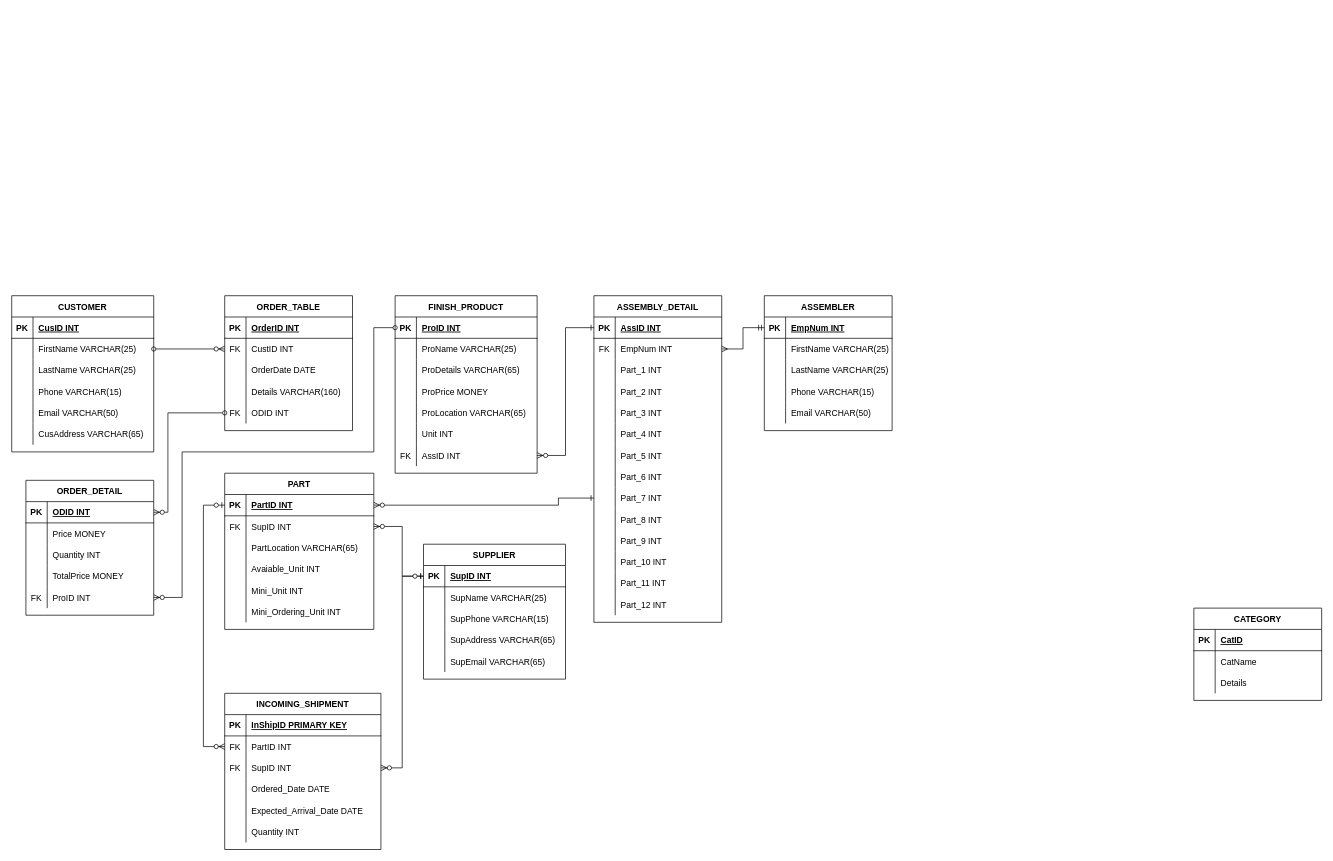
Earlier version of the draw.io diagram Copy of myAssignment1.drawio (trannthany/IT703_Database_FrontEnd). Source tidied: cells renumbered, new cells numbered last; positions are measured from the earlier drawing's top-left corner, leaving out a move shared by most shapes. Both pictures are drawn from the tidied source at 71%, with x=0, y=0 at pixel (11, 295).
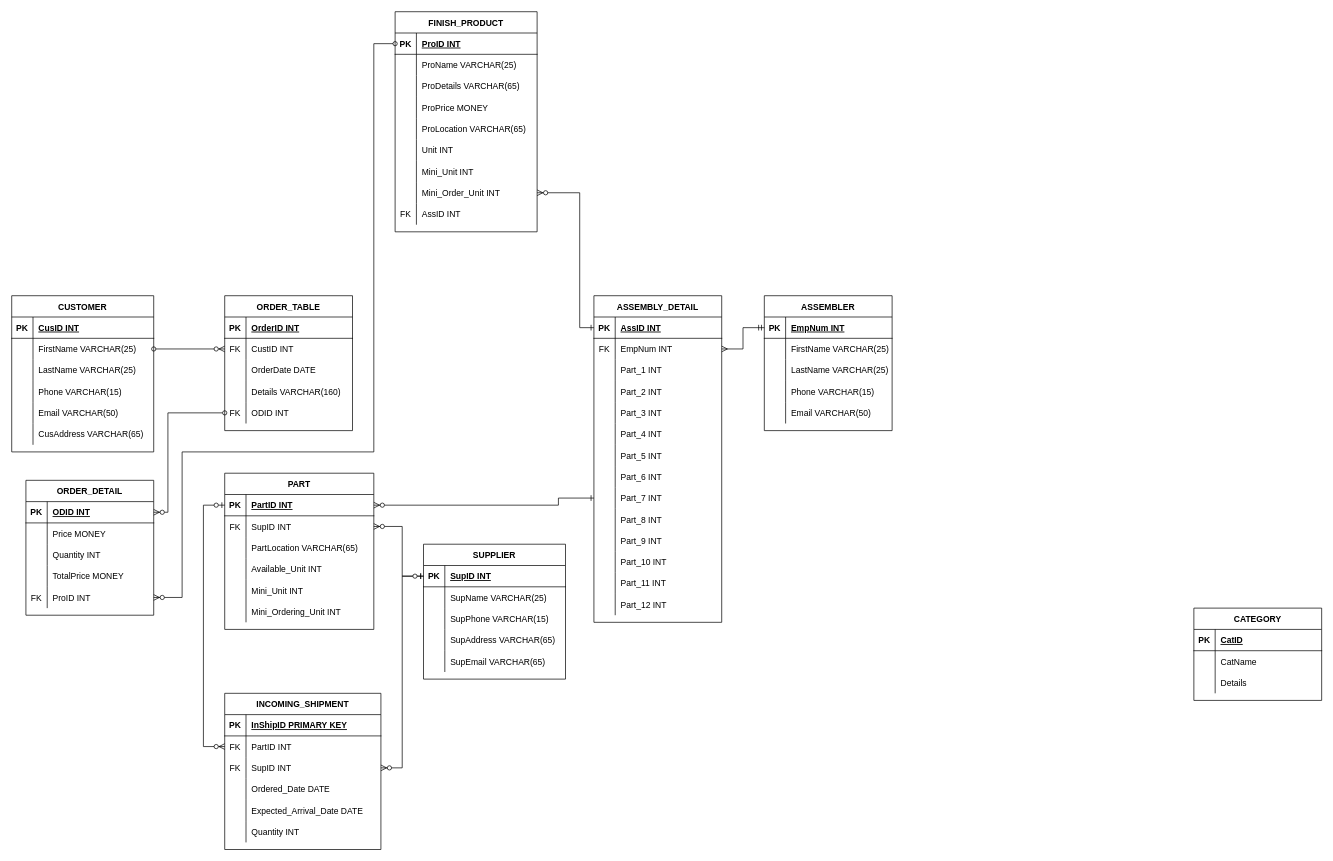
After the change.

The change refers to these unchanged cells:
```xml
<mxCell id="47" style="shape=partialRectangle;fillColor=none;top=0;left=0;bottom=0;right=0;" parent="37" vertex="1">
  <mxGeometry y="120" width="210" height="30" as="geometry" />
</mxCell>
<mxCell id="96" style="shape=partialRectangle;fillColor=none;top=0;left=0;bottom=0;right=0;points=[[0,0.5],[1,0.5]];portConstraint=eastwest;" parent="83" vertex="1">
  <mxGeometry y="150" width="180" height="30" as="geometry" />
</mxCell>
<mxCell id="100" style="shape=partialRectangle;fillColor=none;top=0;left=0;bottom=1;right=0;points=[[0,0.5],[1,0.5]];portConstraint=eastwest;" parent="99" vertex="1">
  <mxGeometry y="30" width="180" height="30" as="geometry" />
</mxCell>
<mxCell id="163" style="shape=partialRectangle;fillColor=none;top=0;left=0;bottom=1;right=0;points=[[0,0.5],[1,0.5]];portConstraint=eastwest;" parent="162" vertex="1">
  <mxGeometry y="30" width="200" height="30" as="geometry" />
</mxCell>
```

Diff of the diagram source:
```diff
@@
-    <mxCell id="49" value="Avaiable_Unit INT" style="shape=partialRectangle;fillColor=none;top=0;left=0;bottom=0;right=0;align=left;spacingLeft=6;overflow=hidden;" parent="47" vertex="1">
+    <mxCell id="49" value="Available_Unit INT" style="shape=partialRectangle;fillColor=none;top=0;left=0;bottom=0;right=0;align=left;spacingLeft=6;overflow=hidden;" parent="47" vertex="1">
       <mxGeometry x="30" width="180" height="30" as="geometry" />
     </mxCell>
@@
     <mxCell id="162" value="FINISH_PRODUCT" style="shape=table;startSize=30;childLayout=tableLayout;rowLines=0;fontStyle=1;align=center;" parent="1" vertex="1">
-      <mxGeometry x="540" width="200" height="250" as="geometry" />
+      <mxGeometry x="540" y="-400" width="200" height="310" as="geometry" />
     </mxCell>
@@
+    <mxCell id="207" style="shape=partialRectangle;fillColor=none;top=0;left=0;bottom=0;right=0;" parent="162" vertex="1">
+      <mxGeometry y="210" width="200" height="30" as="geometry" />
+    </mxCell>
+    <mxCell id="208" style="shape=partialRectangle;fillColor=none;top=0;left=0;bottom=0;right=0;overflow=hidden;" parent="207" vertex="1">
+      <mxGeometry width="30" height="30" as="geometry" />
+    </mxCell>
+    <mxCell id="209" value="Mini_Unit INT" style="shape=partialRectangle;fillColor=none;top=0;left=0;bottom=0;right=0;align=left;spacingLeft=6;overflow=hidden;" parent="207" vertex="1">
+      <mxGeometry x="30" width="170" height="30" as="geometry" />
+    </mxCell>
     <mxCell id="181" style="shape=partialRectangle;fillColor=none;top=0;left=0;bottom=0;right=0;points=[[0,0.5],[1,0.5]];portConstraint=eastwest;" parent="162" vertex="1">
-      <mxGeometry y="210" width="200" height="30" as="geometry" />
+      <mxGeometry y="240" width="200" height="30" as="geometry" />
     </mxCell>
-    <mxCell id="182" value="FK" style="shape=partialRectangle;fillColor=none;top=0;left=0;bottom=0;right=0;overflow=hidden;" parent="181" vertex="1">
+    <mxCell id="182" style="shape=partialRectangle;fillColor=none;top=0;left=0;bottom=0;right=0;overflow=hidden;" parent="181" vertex="1">
       <mxGeometry width="30" height="30" as="geometry" />
     </mxCell>
-    <mxCell id="183" value="AssID INT" style="shape=partialRectangle;fillColor=none;top=0;left=0;bottom=0;right=0;align=left;spacingLeft=6;overflow=hidden;" parent="181" vertex="1">
+    <mxCell id="183" value="Mini_Order_Unit INT" style="shape=partialRectangle;fillColor=none;top=0;left=0;bottom=0;right=0;align=left;spacingLeft=6;overflow=hidden;" parent="181" vertex="1">
       <mxGeometry x="30" width="170" height="30" as="geometry" />
     </mxCell>
+    <mxCell id="210" style="shape=partialRectangle;fillColor=none;top=0;left=0;bottom=0;right=0;" parent="162" vertex="1">
+      <mxGeometry y="270" width="200" height="30" as="geometry" />
+    </mxCell>
+    <mxCell id="211" value="FK" style="shape=partialRectangle;fillColor=none;top=0;left=0;bottom=0;right=0;overflow=hidden;" parent="210" vertex="1">
+      <mxGeometry width="30" height="30" as="geometry" />
+    </mxCell>
+    <mxCell id="212" value="AssID INT" style="shape=partialRectangle;fillColor=none;top=0;left=0;bottom=0;right=0;align=left;spacingLeft=6;overflow=hidden;" parent="210" vertex="1">
+      <mxGeometry x="30" width="170" height="30" as="geometry" />
+    </mxCell>
     <mxCell id="184" style="edgeStyle=orthogonalEdgeStyle;rounded=0;jettySize=auto;html=1;exitX=1;exitY=0.5;exitDx=0;exitDy=0;entryX=0;entryY=0.5;entryDx=0;entryDy=0;startArrow=ERzeroToMany;startFill=1;endArrow=ERone;endFill=0;" parent="1" edge="1" source="181" target="100">
-      <mxGeometry relative="1" as="geometry" />
+      <mxGeometry relative="1" as="geometry">
+        <Array as="points">
+          <mxPoint x="800" y="-145" />
+          <mxPoint x="800" y="45" />
+        </Array>
+      </mxGeometry>
     </mxCell>
@@
     <mxCell id="187" style="edgeStyle=orthogonalEdgeStyle;rounded=0;jettySize=auto;html=1;exitX=0;exitY=0.5;exitDx=0;exitDy=0;entryX=1;entryY=0.5;entryDx=0;entryDy=0;startArrow=oval;startFill=0;endArrow=ERzeroToMany;endFill=1;" parent="1" edge="1" source="163" target="96">
       <mxGeometry relative="1" as="geometry">
         <Array as="points">
-          <mxPoint x="510" y="45" />
+          <mxPoint x="510" y="-355" />
           <mxPoint x="510" y="220" />
           <mxPoint x="240" y="220" />
           <mxPoint x="240" y="425" />
         </Array>
       </mxGeometry>
     </mxCell>
```
